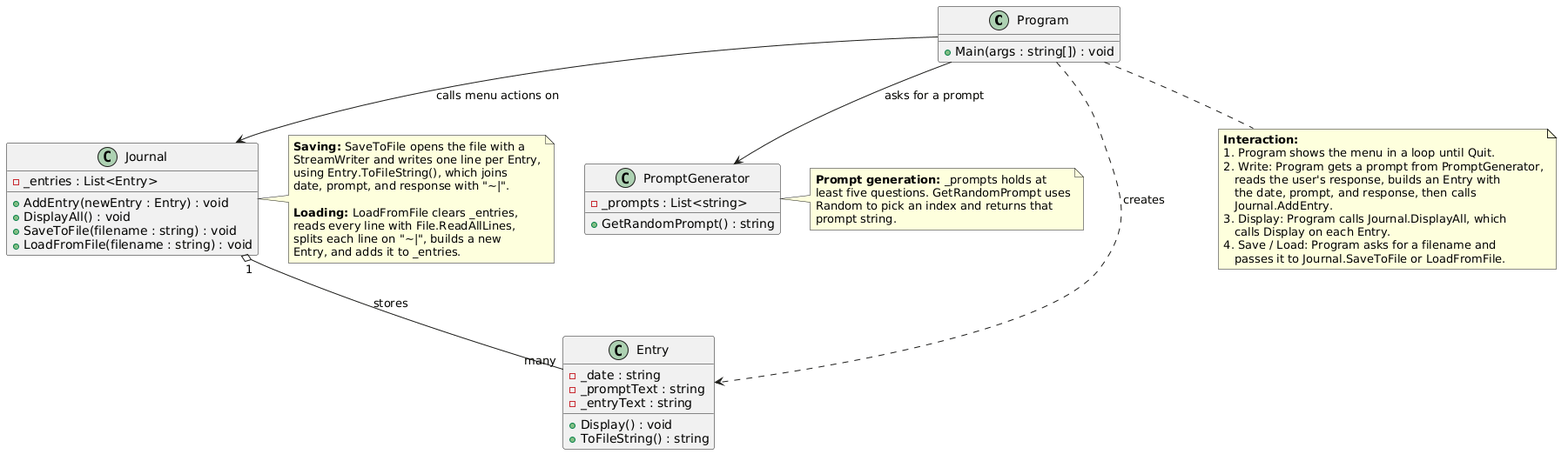
Before: out/prove/Develop02/journal/JournalProgram.png, a diagram exported from PlantUML (ssmoot813/cse210-projects). The source it was exported from:
```plantuml
@startuml
class Program {
  +Main(args : string[]) : void
}

class Journal {
  -_entries : List<Entry>
  +AddEntry(newEntry : Entry) : void
  +DisplayAll() : void
  +SaveToFile(filename : string) : void
  +LoadFromFile(filename : string) : void
}

class Entry {
  -_date : string
  -_promptText : string
  -_entryText : string
  +Display() : void
  +ToFileString() : string
}

class PromptGenerator {
  -_prompts : List<string>
  +GetRandomPrompt() : string
}

Program --> Journal : calls menu actions on
Program --> PromptGenerator : asks for a prompt
Program ..> Entry : creates
Journal "1" o-- "many" Entry : stores

note right of Journal
  **Saving:** SaveToFile opens the file with a
  StreamWriter and writes one line per Entry,
  using Entry.ToFileString(), which joins
  date, prompt, and response with "~|~".

  **Loading:** LoadFromFile clears _entries,
  reads every line with File.ReadAllLines,
  splits each line on "~|~", builds a new
  Entry, and adds it to _entries.
end note

note right of PromptGenerator
  **Prompt generation:** _prompts holds at
  least five questions. GetRandomPrompt uses
  Random to pick an index and returns that
  prompt string.
end note

note bottom of Program
  **Interaction:**
  1. Program shows the menu in a loop until Quit.
  2. Write: Program gets a prompt from PromptGenerator,
     reads the user's response, builds an Entry with
     the date, prompt, and response, then calls
     Journal.AddEntry.
  3. Display: Program calls Journal.DisplayAll, which
     calls Display on each Entry.
  4. Save / Load: Program asks for a filename and
     passes it to Journal.SaveToFile or LoadFromFile.
end note
@enduml
```
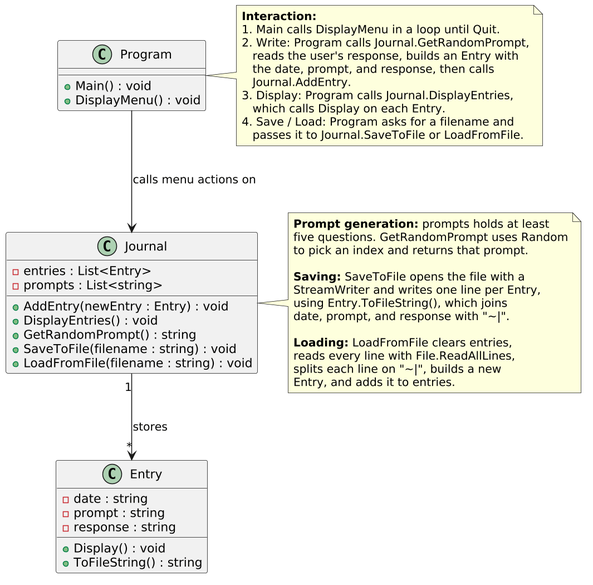
After the commit.

Commit message:
corrected Journal class diagram

What changed in the source:
```diff
@@ -1,63 +1,58 @@
 @startuml
+skinparam dpi 150
+
 class Program {
-  +Main(args : string[]) : void
+  +Main() : void
+  +DisplayMenu() : void
 }
 
 class Journal {
-  -_entries : List<Entry>
+  -entries : List<Entry>
+  -prompts : List<string>
   +AddEntry(newEntry : Entry) : void
-  +DisplayAll() : void
+  +DisplayEntries() : void
+  +GetRandomPrompt() : string
   +SaveToFile(filename : string) : void
   +LoadFromFile(filename : string) : void
 }
 
 class Entry {
-  -_date : string
-  -_promptText : string
-  -_entryText : string
+  -date : string
+  -prompt : string
+  -response : string
   +Display() : void
   +ToFileString() : string
 }
 
-class PromptGenerator {
-  -_prompts : List<string>
-  +GetRandomPrompt() : string
-}
+Program --> Journal : calls menu actions on
+Journal "1" --> "*" Entry : stores
 
-Program --> Journal : calls menu actions on
-Program --> PromptGenerator : asks for a prompt
-Program ..> Entry : creates
-Journal "1" o-- "many" Entry : stores
+note right of Program
+  **Interaction:**
+  1. Main calls DisplayMenu in a loop until Quit.
+  2. Write: Program calls Journal.GetRandomPrompt,
+     reads the user's response, builds an Entry with
+     the date, prompt, and response, then calls
+     Journal.AddEntry.
+  3. Display: Program calls Journal.DisplayEntries,
+     which calls Display on each Entry.
+  4. Save / Load: Program asks for a filename and
+     passes it to Journal.SaveToFile or LoadFromFile.
+end note
 
 note right of Journal
+  **Prompt generation:** prompts holds at least
+  five questions. GetRandomPrompt uses Random
+  to pick an index and returns that prompt.
+
   **Saving:** SaveToFile opens the file with a
   StreamWriter and writes one line per Entry,
   using Entry.ToFileString(), which joins
   date, prompt, and response with "~|~".
 
-  **Loading:** LoadFromFile clears _entries,
+  **Loading:** LoadFromFile clears entries,
   reads every line with File.ReadAllLines,
   splits each line on "~|~", builds a new
-  Entry, and adds it to _entries.
-end note
-
-note right of PromptGenerator
-  **Prompt generation:** _prompts holds at
-  least five questions. GetRandomPrompt uses
-  Random to pick an index and returns that
-  prompt string.
-end note
-
-note bottom of Program
-  **Interaction:**
-  1. Program shows the menu in a loop until Quit.
-  2. Write: Program gets a prompt from PromptGenerator,
-     reads the user's response, builds an Entry with
-     the date, prompt, and response, then calls
-     Journal.AddEntry.
-  3. Display: Program calls Journal.DisplayAll, which
-     calls Display on each Entry.
-  4. Save / Load: Program asks for a filename and
-     passes it to Journal.SaveToFile or LoadFromFile.
+  Entry, and adds it to entries.
 end note
 @enduml
```
